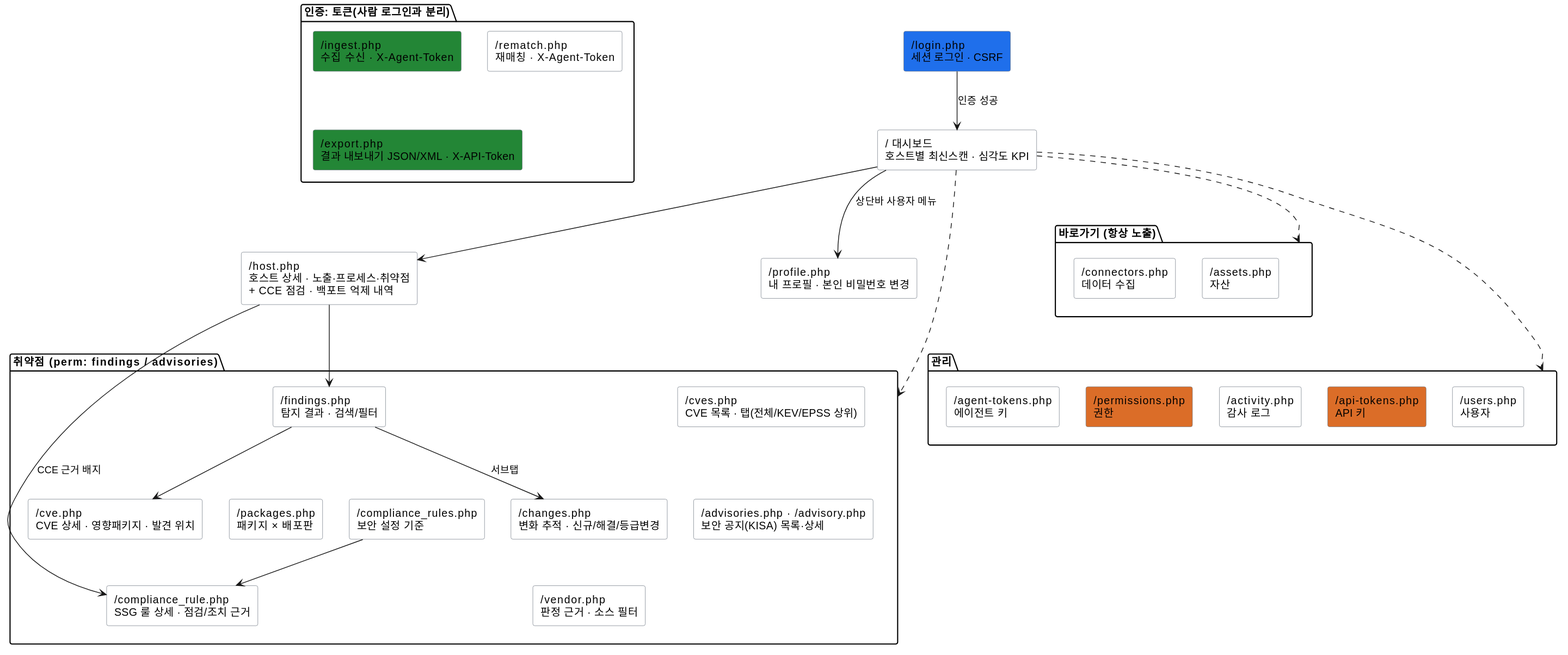
Before: docs/specs/diagrams/사이트맵.svg, a diagram exported from PlantUML (JeongDoWook/vuln-agent).
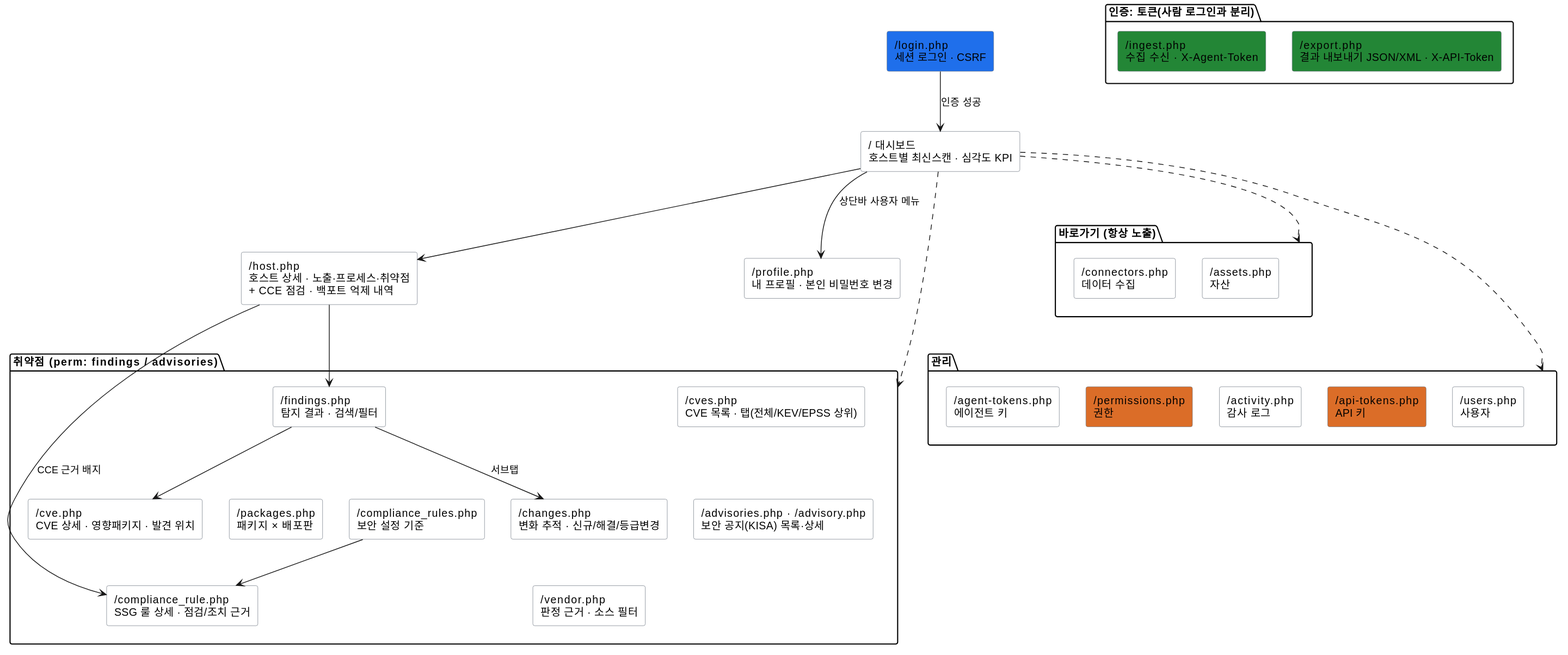
Later version of the same file.

Diff of the diagram source:
```diff
@@ -38,7 +38,6 @@
 
 package "인증: 토큰(사람 로그인과 분리)" as API {
     rectangle "/ingest.php\n수집 수신 · X-Agent-Token" as ING #238636
-    rectangle "/rematch.php\n재매칭 · X-Agent-Token" as REM
     rectangle "/export.php\n결과 내보내기 JSON/XML · X-API-Token" as EXP #238636
 }
 
```
